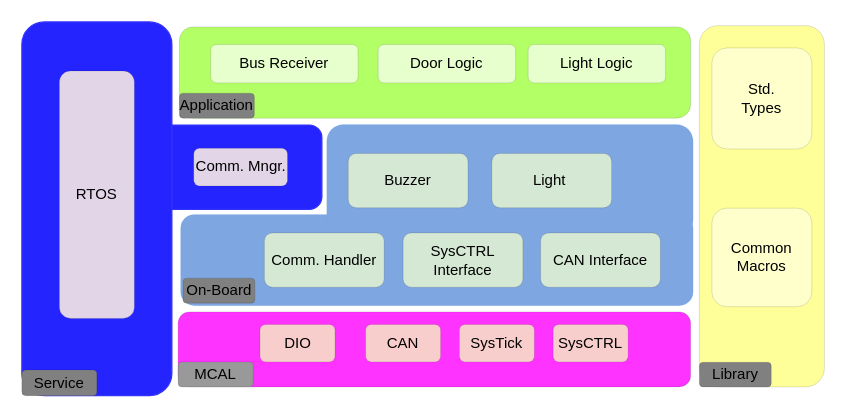
Mohamed-abdullah-hassan/EG-FWD_Automotive_door_control keeps this draw.io diagram as page "ECU 2 Layered Arch" (3 of 6) of 1-Automotive_Door_Monitor_Static_Design.drawio. Above is the earlier version. Source tidied: cells renumbered, new cells numbered last; positions are measured from the earlier drawing's top-left corner, leaving out a move shared by most shapes. Both pictures are drawn from the tidied source at 125%, with x=0, y=0 at pixel (21, 21).
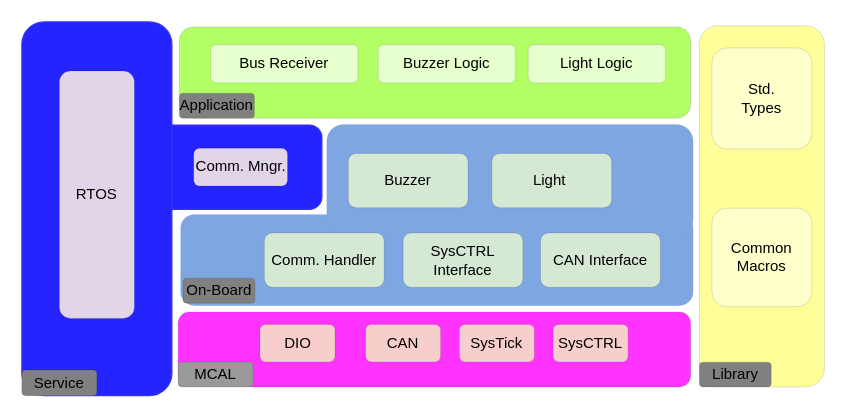
The same diagram, later.

Unchanged cells that the change refers to:
```xml
<mxCell id="9" style="rounded=1;whiteSpace=wrap;html=1;shadow=0;strokeColor=#000000;strokeWidth=0;fillColor=#B3FF66;" parent="1" vertex="1">
  <mxGeometry x="126" y="4" width="409" height="73" as="geometry" />
</mxCell>
```

What changed in the source:
```diff
@@
-    <mxCell id="11" value="Door Logic" style="rounded=1;whiteSpace=wrap;html=1;shadow=0;strokeWidth=0;fillColor=#E6FFCC;" parent="9" vertex="1">
+    <mxCell id="11" value="Buzzer Logic" style="rounded=1;whiteSpace=wrap;html=1;shadow=0;strokeWidth=0;fillColor=#E6FFCC;" parent="9" vertex="1">
       <mxGeometry x="159" y="14" width="110" height="30.8" as="geometry" />
     </mxCell>
```
